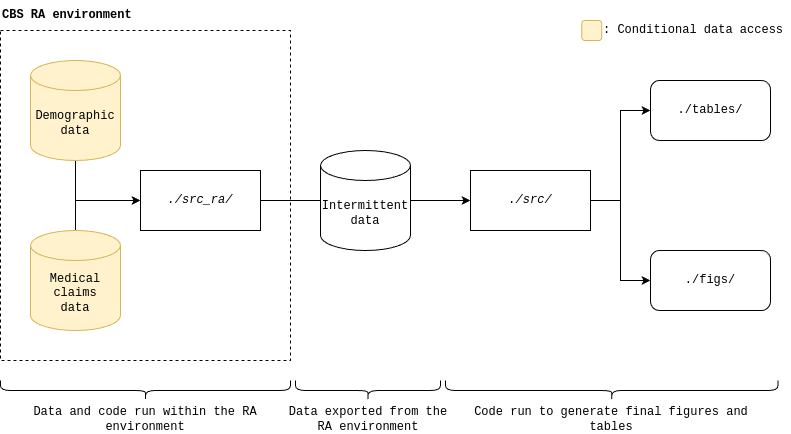
Above: www/repo_flow.png in MarkDVerhagen/Dutch_healthcare_inequalities_COVID19 (draw.io), before the change. Source tidied: cells renumbered, new cells last; positions are measured from the earlier drawing's top-left corner, leaving out a move shared by most shapes. The source it was exported from:
```xml
<mxGraphModel>
  <root>
    <mxCell id="0" />
    <mxCell id="1" parent="0" />
    <mxCell id="2" style="rounded=0;whiteSpace=wrap;html=1;fillColor=none;dashed=1;fontFamily=Courier New;" parent="1" vertex="1">
      <mxGeometry y="30" width="290" height="330" as="geometry" />
    </mxCell>
    <mxCell id="3" style="edgeStyle=orthogonalEdgeStyle;rounded=0;jettySize=auto;html=1;exitX=0.5;exitY=1;exitDx=0;exitDy=0;exitPerimeter=0;entryX=0;entryY=0.5;entryDx=0;entryDy=0;fontFamily=Courier New;" parent="1" edge="1" source="4" target="8">
      <mxGeometry relative="1" as="geometry" />
    </mxCell>
    <mxCell id="4" value="Demographic data" style="shape=cylinder3;whiteSpace=wrap;html=1;boundedLbl=1;backgroundOutline=1;size=15;fontFamily=Courier New;fillColor=#fff2cc;strokeColor=#d6b656;" parent="1" vertex="1">
      <mxGeometry x="30" y="60" width="90" height="100" as="geometry" />
    </mxCell>
    <mxCell id="5" style="edgeStyle=orthogonalEdgeStyle;rounded=0;jettySize=auto;html=1;exitX=0.5;exitY=0;exitDx=0;exitDy=0;exitPerimeter=0;entryX=0;entryY=0.5;entryDx=0;entryDy=0;fontFamily=Courier New;" parent="1" edge="1" source="6" target="8">
      <mxGeometry relative="1" as="geometry" />
    </mxCell>
    <mxCell id="6" value="Medical claims&lt;br&gt;data" style="shape=cylinder3;whiteSpace=wrap;html=1;boundedLbl=1;backgroundOutline=1;size=15;fontFamily=Courier New;fillColor=#fff2cc;strokeColor=#d6b656;" parent="1" vertex="1">
      <mxGeometry x="30" y="230" width="90" height="100" as="geometry" />
    </mxCell>
    <mxCell id="7" style="edgeStyle=orthogonalEdgeStyle;rounded=0;jettySize=auto;html=1;exitX=1;exitY=0.5;exitDx=0;exitDy=0;entryX=0;entryY=0.5;entryDx=0;entryDy=0;fontFamily=Courier New;" parent="1" edge="1" source="8">
      <mxGeometry relative="1" as="geometry">
        <mxPoint x="380" y="200" as="targetPoint" />
      </mxGeometry>
    </mxCell>
    <mxCell id="8" value="&lt;i&gt;./src_ra/&lt;/i&gt;" style="rounded=0;whiteSpace=wrap;html=1;fontFamily=Courier New;" parent="1" vertex="1">
      <mxGeometry x="140" y="170" width="120" height="60" as="geometry" />
    </mxCell>
    <mxCell id="9" style="edgeStyle=orthogonalEdgeStyle;rounded=0;jettySize=auto;html=1;exitX=1;exitY=0.5;exitDx=0;exitDy=0;exitPerimeter=0;entryX=0;entryY=0.5;entryDx=0;entryDy=0;fontFamily=Courier New;" parent="1" edge="1" source="10" target="13">
      <mxGeometry relative="1" as="geometry" />
    </mxCell>
    <mxCell id="10" value="Intermittent&lt;br&gt;data" style="shape=cylinder3;whiteSpace=wrap;html=1;boundedLbl=1;backgroundOutline=1;size=15;fontFamily=Courier New;" parent="1" vertex="1">
      <mxGeometry x="320" y="150" width="90" height="100" as="geometry" />
    </mxCell>
    <mxCell id="11" style="edgeStyle=orthogonalEdgeStyle;rounded=0;jettySize=auto;html=1;exitX=1;exitY=0.5;exitDx=0;exitDy=0;entryX=0;entryY=0.5;entryDx=0;entryDy=0;fontFamily=Courier New;" parent="1" edge="1" source="13" target="14">
      <mxGeometry relative="1" as="geometry" />
    </mxCell>
    <mxCell id="12" style="edgeStyle=orthogonalEdgeStyle;rounded=0;jettySize=auto;html=1;exitX=1;exitY=0.5;exitDx=0;exitDy=0;entryX=0;entryY=0.5;entryDx=0;entryDy=0;fontFamily=Courier New;" parent="1" edge="1" source="13" target="15">
      <mxGeometry relative="1" as="geometry" />
    </mxCell>
    <mxCell id="13" value="&lt;i&gt;./src/&lt;/i&gt;" style="rounded=0;whiteSpace=wrap;html=1;fontFamily=Courier New;" parent="1" vertex="1">
      <mxGeometry x="470" y="170" width="120" height="60" as="geometry" />
    </mxCell>
    <mxCell id="14" value="./tables/" style="rounded=1;whiteSpace=wrap;html=1;fontFamily=Courier New;" parent="1" vertex="1">
      <mxGeometry x="650" y="80" width="120" height="60" as="geometry" />
    </mxCell>
    <mxCell id="15" value="./figs/" style="rounded=1;whiteSpace=wrap;html=1;fontFamily=Courier New;" parent="1" vertex="1">
      <mxGeometry x="650" y="250" width="120" height="60" as="geometry" />
    </mxCell>
    <mxCell id="16" value="&lt;b&gt;CBS RA environment&lt;/b&gt;" style="text;html=1;align=left;verticalAlign=middle;whiteSpace=wrap;rounded=0;fontFamily=Courier New;" parent="1" vertex="1">
      <mxGeometry width="140" height="30" as="geometry" />
    </mxCell>
    <mxCell id="17" style="shape=curlyBracket;whiteSpace=wrap;html=1;rounded=1;flipH=1;labelPosition=right;verticalLabelPosition=middle;align=left;verticalAlign=middle;rotation=90;fontFamily=Courier New;" parent="1" vertex="1">
      <mxGeometry x="135" y="245" width="20" height="290" as="geometry" />
    </mxCell>
    <mxCell id="18" value="Data and code run within the RA environment" style="text;html=1;align=center;verticalAlign=middle;whiteSpace=wrap;rounded=0;fontFamily=Courier New;" parent="1" vertex="1">
      <mxGeometry x="5" y="404" width="280" height="30" as="geometry" />
    </mxCell>
    <mxCell id="19" style="shape=curlyBracket;whiteSpace=wrap;html=1;rounded=1;flipH=1;labelPosition=right;verticalLabelPosition=middle;align=left;verticalAlign=middle;rotation=90;fontFamily=Courier New;" parent="1" vertex="1">
      <mxGeometry x="357.5" y="317.5" width="20" height="145" as="geometry" />
    </mxCell>
    <mxCell id="20" value="Data exported from the&lt;br&gt;RA environment" style="text;html=1;align=center;verticalAlign=middle;whiteSpace=wrap;rounded=0;fontFamily=Courier New;" parent="1" vertex="1">
      <mxGeometry x="227.5" y="404" width="280" height="30" as="geometry" />
    </mxCell>
    <mxCell id="21" style="shape=curlyBracket;whiteSpace=wrap;html=1;rounded=1;flipH=1;labelPosition=right;verticalLabelPosition=middle;align=left;verticalAlign=middle;rotation=90;fontFamily=Courier New;" parent="1" vertex="1">
      <mxGeometry x="601.2" y="223.8" width="20" height="332.5" as="geometry" />
    </mxCell>
    <mxCell id="22" value="Code run to generate final figures and tables" style="text;html=1;align=center;verticalAlign=middle;whiteSpace=wrap;rounded=0;fontFamily=Courier New;" parent="1" vertex="1">
      <mxGeometry x="471.2" y="404" width="280" height="30" as="geometry" />
    </mxCell>
    <mxCell id="23" style="rounded=1;whiteSpace=wrap;html=1;fillColor=#fff2cc;strokeColor=#d6b656;" parent="1" vertex="1">
      <mxGeometry x="581.2" y="20" width="20" height="20" as="geometry" />
    </mxCell>
    <mxCell id="24" value=": Conditional data access" style="text;html=1;align=left;verticalAlign=middle;whiteSpace=wrap;rounded=0;fontFamily=Courier New;" parent="1" vertex="1">
      <mxGeometry x="601.2" y="15" width="188.8" height="30" as="geometry" />
    </mxCell>
  </root>
</mxGraphModel>
```
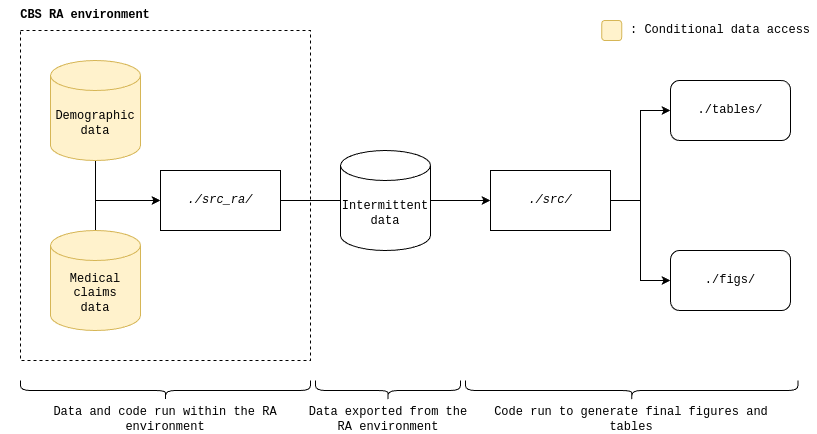
After the commit.

Change to the diagram source:
```diff
@@ -46,8 +46,8 @@
     <mxCell id="15" value="./figs/" style="rounded=1;whiteSpace=wrap;html=1;fontFamily=Courier New;" parent="1" vertex="1">
       <mxGeometry x="650" y="250" width="120" height="60" as="geometry" />
     </mxCell>
-    <mxCell id="16" value="&lt;b&gt;CBS RA environment&lt;/b&gt;" style="text;html=1;align=left;verticalAlign=middle;whiteSpace=wrap;rounded=0;fontFamily=Courier New;" parent="1" vertex="1">
-      <mxGeometry width="140" height="30" as="geometry" />
+    <mxCell id="16" value="&lt;b&gt;CBS RA environment&lt;/b&gt;" style="text;html=1;align=center;verticalAlign=middle;whiteSpace=wrap;rounded=0;fontFamily=Courier New;" parent="1" vertex="1">
+      <mxGeometry x="-20" width="170" height="30" as="geometry" />
     </mxCell>
     <mxCell id="17" style="shape=curlyBracket;whiteSpace=wrap;html=1;rounded=1;flipH=1;labelPosition=right;verticalLabelPosition=middle;align=left;verticalAlign=middle;rotation=90;fontFamily=Courier New;" parent="1" vertex="1">
       <mxGeometry x="135" y="245" width="20" height="290" as="geometry" />
@@ -71,7 +71,7 @@
       <mxGeometry x="581.2" y="20" width="20" height="20" as="geometry" />
     </mxCell>
     <mxCell id="24" value=": Conditional data access" style="text;html=1;align=left;verticalAlign=middle;whiteSpace=wrap;rounded=0;fontFamily=Courier New;" parent="1" vertex="1">
-      <mxGeometry x="601.2" y="15" width="188.8" height="30" as="geometry" />
+      <mxGeometry x="608.2" y="15" width="188.8" height="30" as="geometry" />
     </mxCell>
   </root>
 </mxGraphModel>
```
